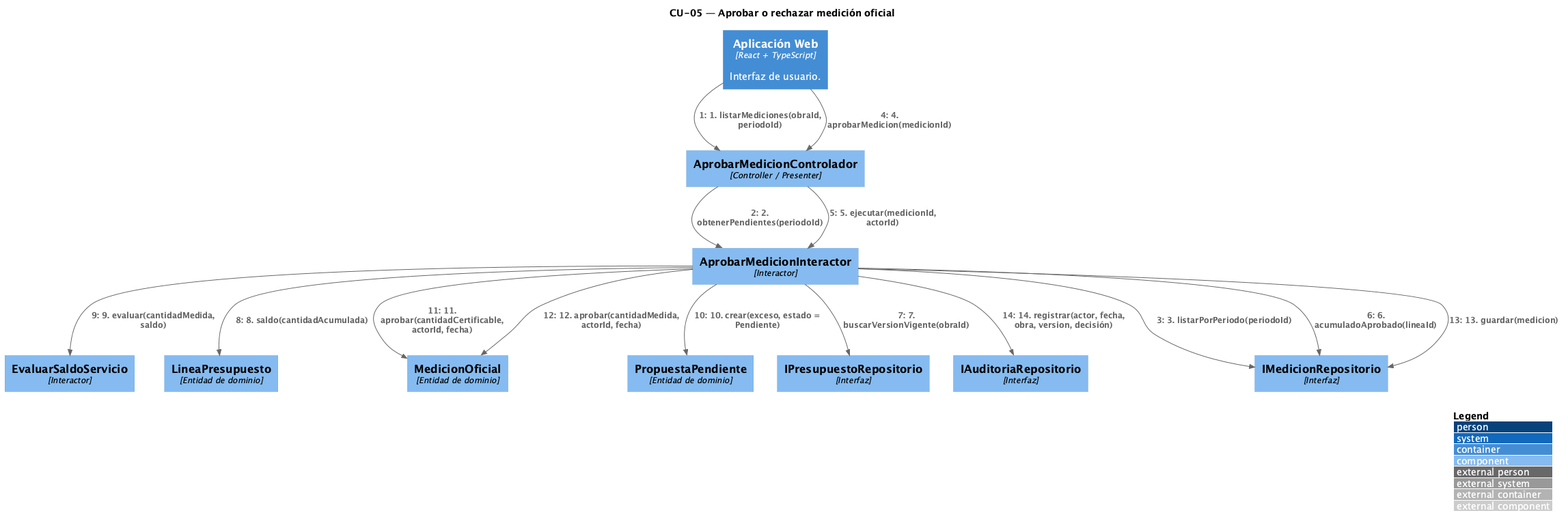
Before: modelo/out/c4/C4-CU05.png, a diagram exported from PlantUML (Ssrrb/TPF-teoria). Its diagram source:
```plantuml
@startuml
!include <C4/C4_Dynamic>
LAYOUT_WITH_LEGEND()
title CU-05 — Aprobar o rechazar medición oficial

Container(web, "Aplicación Web", "React + TypeScript", "Interfaz de usuario.")
Component(AprobarMedicionControlador, "AprobarMedicionControlador", "Controller / Presenter")
Component(AprobarMedicionInteractor, "AprobarMedicionInteractor", "Interactor")
Component(EvaluarSaldoServicio, "EvaluarSaldoServicio", "Interactor")
Component(LineaPresupuesto, "LineaPresupuesto", "Entidad de dominio")
Component(MedicionOficial, "MedicionOficial", "Entidad de dominio")
Component(PropuestaPendiente, "PropuestaPendiente", "Entidad de dominio")
Component(IPresupuestoRepositorio, "IPresupuestoRepositorio", "Interfaz")
Component(IAuditoriaRepositorio, "IAuditoriaRepositorio", "Interfaz")
Component(IMedicionRepositorio, "IMedicionRepositorio", "Interfaz")

Rel(web, AprobarMedicionControlador, "1. listarMediciones(obraId, periodoId)")
Rel(AprobarMedicionControlador, AprobarMedicionInteractor, "2. obtenerPendientes(periodoId)")
Rel(AprobarMedicionInteractor, IMedicionRepositorio, "3. listarPorPeriodo(periodoId)")
Rel(web, AprobarMedicionControlador, "4. aprobarMedicion(medicionId)")
Rel(AprobarMedicionControlador, AprobarMedicionInteractor, "5. ejecutar(medicionId, actorId)")
Rel(AprobarMedicionInteractor, IMedicionRepositorio, "6. acumuladoAprobado(lineaId)")
Rel(AprobarMedicionInteractor, IPresupuestoRepositorio, "7. buscarVersionVigente(obraId)")
Rel(AprobarMedicionInteractor, LineaPresupuesto, "8. saldo(cantidadAcumulada)")
Rel(AprobarMedicionInteractor, EvaluarSaldoServicio, "9. evaluar(cantidadMedida, saldo)")
Rel(AprobarMedicionInteractor, PropuestaPendiente, "10. crear(exceso, estado = Pendiente)")
Rel(AprobarMedicionInteractor, MedicionOficial, "11. aprobar(cantidadCertificable, actorId, fecha)")
Rel(AprobarMedicionInteractor, MedicionOficial, "12. aprobar(cantidadMedida, actorId, fecha)")
Rel(AprobarMedicionInteractor, IMedicionRepositorio, "13. guardar(medicion)")
Rel(AprobarMedicionInteractor, IAuditoriaRepositorio, "14. registrar(actor, fecha, obra, version, decisión)")
@enduml
```
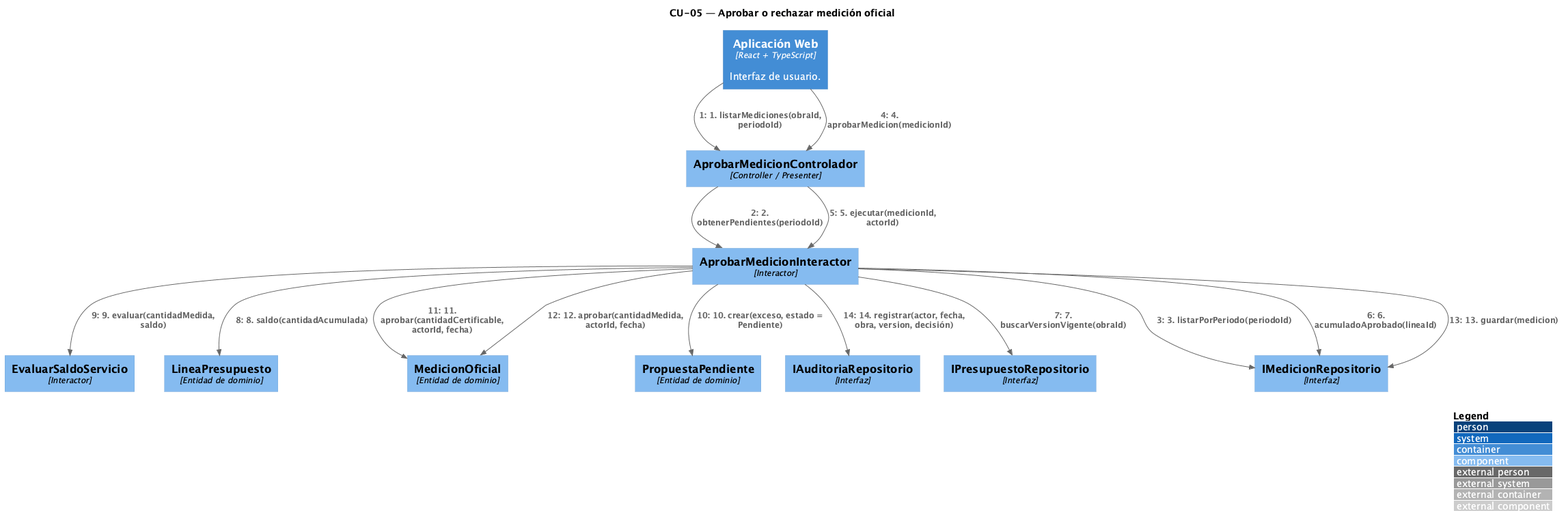
The same diagram one commit later.

What changed in the source:
```diff
@@ -10,8 +10,8 @@
 Component(LineaPresupuesto, "LineaPresupuesto", "Entidad de dominio")
 Component(MedicionOficial, "MedicionOficial", "Entidad de dominio")
 Component(PropuestaPendiente, "PropuestaPendiente", "Entidad de dominio")
+Component(IAuditoriaRepositorio, "IAuditoriaRepositorio", "Interfaz")
 Component(IPresupuestoRepositorio, "IPresupuestoRepositorio", "Interfaz")
-Component(IAuditoriaRepositorio, "IAuditoriaRepositorio", "Interfaz")
 Component(IMedicionRepositorio, "IMedicionRepositorio", "Interfaz")
 
 Rel(web, AprobarMedicionControlador, "1. listarMediciones(obraId, periodoId)")
```
